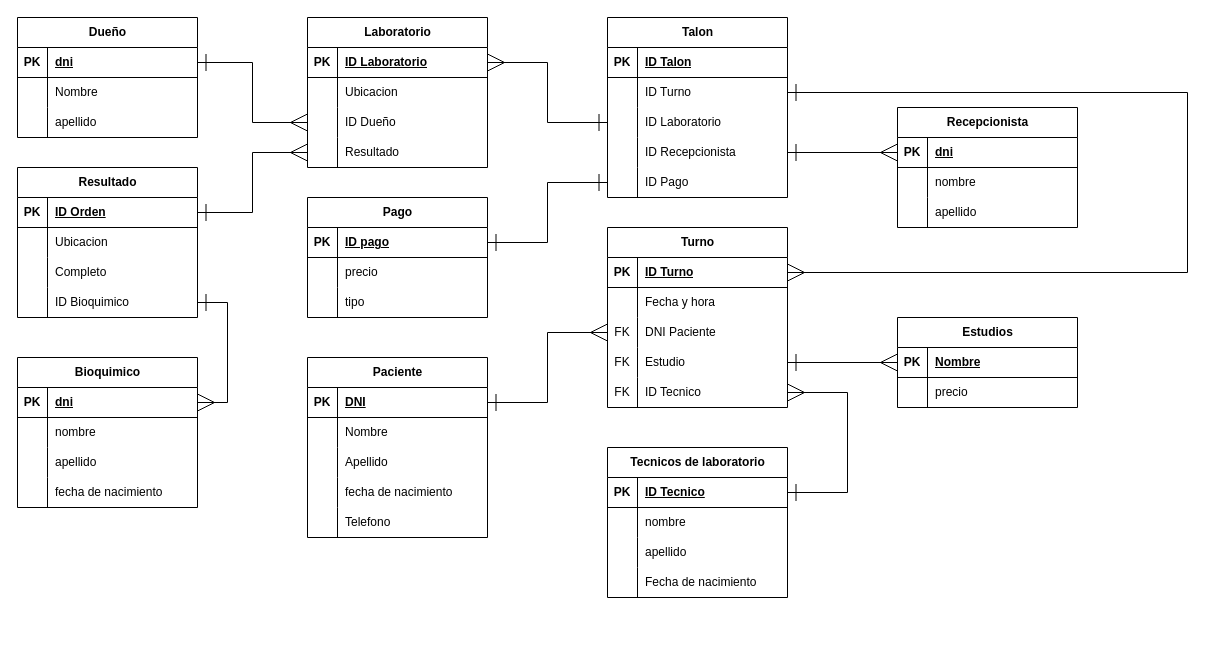
Above: Diagrama.drawio in EmanuelRigo/entrega-final-sql-coderhouse (draw.io), before the change. Source tidied: cells renumbered, new cells numbered last; positions are measured from the earlier drawing's top-left corner, leaving out a move shared by most shapes. Both pictures are drawn from the tidied source at 100%, with x=0, y=0 at pixel (17, 17).
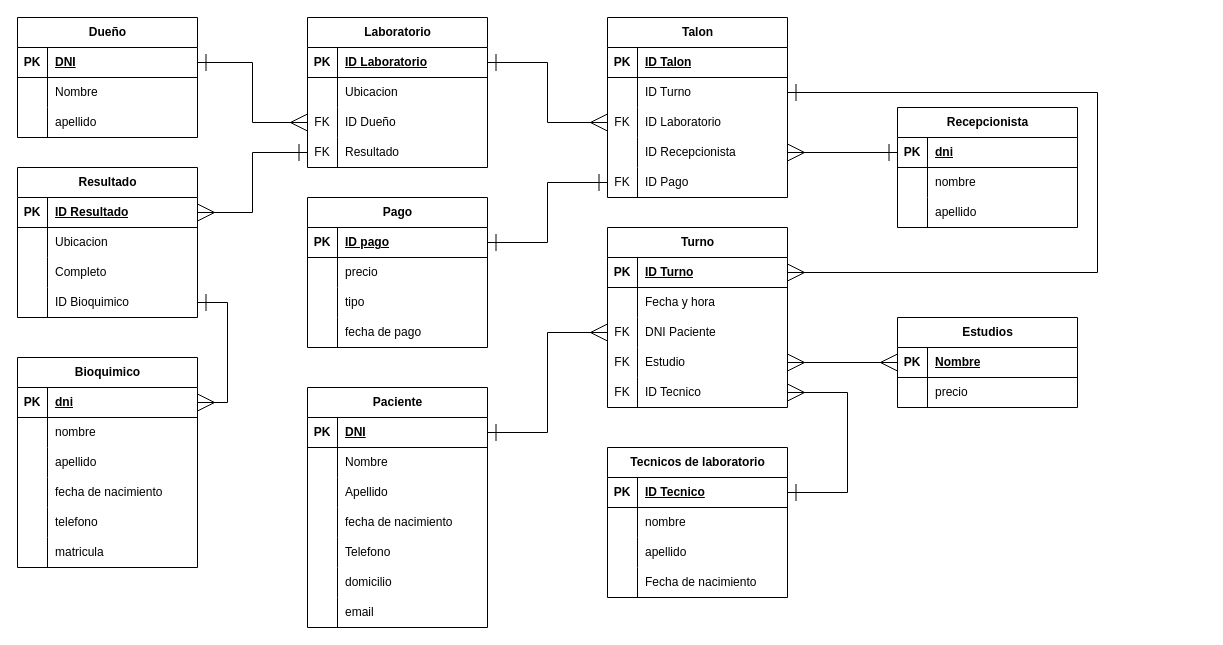
Above is the later version.

Unchanged cells that the change refers to:
```xml
<mxCell id="19" style="shape=tableRow;horizontal=0;startSize=0;swimlaneHead=0;swimlaneBody=0;fillColor=none;points=[[0,0.5],[1,0.5]];portConstraint=eastwest;top=0;left=0;right=0;bottom=1;swimlaneLine=1;shadow=0;rounded=0;" parent="18" vertex="1">
  <mxGeometry y="30" width="180" height="30" as="geometry" />
</mxCell>
<mxCell id="39" style="shape=tableRow;horizontal=0;startSize=0;swimlaneHead=0;swimlaneBody=0;fillColor=none;points=[[0,0.5],[1,0.5]];portConstraint=eastwest;top=0;left=0;right=0;bottom=1;swimlaneLine=1;shadow=0;rounded=0;" parent="38" vertex="1">
  <mxGeometry y="30" width="180" height="30" as="geometry" />
</mxCell>
<mxCell id="65" style="shape=tableRow;horizontal=0;startSize=0;swimlaneHead=0;swimlaneBody=0;fillColor=none;points=[[0,0.5],[1,0.5]];portConstraint=eastwest;top=0;left=0;right=0;bottom=0;" parent="61" vertex="1">
  <mxGeometry y="60" width="180" height="30" as="geometry" />
</mxCell>
<mxCell id="68" style="shape=tableRow;horizontal=0;startSize=0;swimlaneHead=0;swimlaneBody=0;fillColor=none;points=[[0,0.5],[1,0.5]];portConstraint=eastwest;top=0;left=0;right=0;bottom=0;perimeterSpacing=0;" parent="61" vertex="1">
  <mxGeometry y="90" width="180" height="30" as="geometry" />
</mxCell>
<mxCell id="71" style="shape=tableRow;horizontal=0;startSize=0;swimlaneHead=0;swimlaneBody=0;fillColor=none;points=[[0,0.5],[1,0.5]];portConstraint=eastwest;top=0;left=0;right=0;bottom=0;" parent="61" vertex="1">
  <mxGeometry y="120" width="180" height="30" as="geometry" />
</mxCell>
<mxCell id="74" style="shape=tableRow;horizontal=0;startSize=0;swimlaneHead=0;swimlaneBody=0;fillColor=none;points=[[0,0.5],[1,0.5]];portConstraint=eastwest;top=0;left=0;right=0;bottom=0;" parent="61" vertex="1">
  <mxGeometry y="150" width="180" height="30" as="geometry" />
</mxCell>
<mxCell id="78" style="shape=tableRow;horizontal=0;startSize=0;swimlaneHead=0;swimlaneBody=0;fillColor=none;points=[[0,0.5],[1,0.5]];portConstraint=eastwest;top=0;left=0;right=0;bottom=1;swimlaneLine=1;shadow=0;rounded=0;" parent="77" vertex="1">
  <mxGeometry y="30" width="180" height="30" as="geometry" />
</mxCell>
<mxCell id="84" style="shape=tableRow;horizontal=0;startSize=0;swimlaneHead=0;swimlaneBody=0;fillColor=none;points=[[0,0.5],[1,0.5]];portConstraint=eastwest;top=0;left=0;right=0;bottom=0;" parent="77" vertex="1">
  <mxGeometry y="90" width="180" height="30" as="geometry" />
</mxCell>
<mxCell id="87" style="shape=tableRow;horizontal=0;startSize=0;swimlaneHead=0;swimlaneBody=0;fillColor=none;points=[[0,0.5],[1,0.5]];portConstraint=eastwest;top=0;left=0;right=0;bottom=0;" parent="77" vertex="1">
  <mxGeometry y="120" width="180" height="30" as="geometry" />
</mxCell>
<mxCell id="91" style="shape=tableRow;horizontal=0;startSize=0;swimlaneHead=0;swimlaneBody=0;fillColor=none;points=[[0,0.5],[1,0.5]];portConstraint=eastwest;top=0;left=0;right=0;bottom=1;swimlaneLine=1;shadow=0;rounded=0;" parent="90" vertex="1">
  <mxGeometry y="30" width="180" height="30" as="geometry" />
</mxCell>
<mxCell id="111" style="shape=tableRow;horizontal=0;startSize=0;swimlaneHead=0;swimlaneBody=0;fillColor=none;points=[[0,0.5],[1,0.5]];portConstraint=eastwest;top=0;left=0;right=0;bottom=1;swimlaneLine=1;shadow=0;rounded=0;" parent="110" vertex="1">
  <mxGeometry y="30" width="180" height="30" as="geometry" />
</mxCell>
<mxCell id="120" style="shape=tableRow;horizontal=0;startSize=0;swimlaneHead=0;swimlaneBody=0;fillColor=none;points=[[0,0.5],[1,0.5]];portConstraint=eastwest;top=0;left=0;right=0;bottom=0;" parent="110" vertex="1">
  <mxGeometry y="120" width="180" height="30" as="geometry" />
</mxCell>
<mxCell id="134" style="shape=tableRow;horizontal=0;startSize=0;swimlaneHead=0;swimlaneBody=0;fillColor=none;points=[[0,0.5],[1,0.5]];portConstraint=eastwest;top=0;left=0;right=0;bottom=1;swimlaneLine=1;shadow=0;rounded=0;" parent="133" vertex="1">
  <mxGeometry y="30" width="180" height="30" as="geometry" />
</mxCell>
```

What changed in the source:
```diff
@@
     <mxCell id="2" value="Paciente" style="shape=table;startSize=30;childLayout=tableLayout;rowLines=0;fontStyle=1;align=center;html=1;fontColor=default;labelBackgroundColor=none;labelBorderColor=none;textShadow=0;" parent="1" vertex="1">
-      <mxGeometry x="290" y="340" width="180" height="180" as="geometry" />
+      <mxGeometry x="290" y="370" width="180" height="240" as="geometry" />
     </mxCell>
@@
+    <mxCell id="149" style="shape=tableRow;horizontal=0;startSize=0;swimlaneHead=0;swimlaneBody=0;fillColor=none;top=0;left=0;right=0;bottom=0;" parent="2" vertex="1">
+      <mxGeometry y="180" width="180" height="30" as="geometry" />
+    </mxCell>
+    <mxCell id="150" style="shape=partialRectangle;fillColor=none;top=0;left=0;bottom=0;right=0;overflow=hidden;whiteSpace=wrap;html=1;" parent="149" vertex="1">
+      <mxGeometry width="30" height="30" as="geometry" />
+    </mxCell>
+    <mxCell id="151" value="domicilio" style="shape=partialRectangle;fillColor=none;top=0;left=0;bottom=0;right=0;align=left;spacingLeft=6;overflow=hidden;whiteSpace=wrap;html=1;" parent="149" vertex="1">
+      <mxGeometry x="30" width="150" height="30" as="geometry" />
+    </mxCell>
+    <mxCell id="152" style="shape=tableRow;horizontal=0;startSize=0;swimlaneHead=0;swimlaneBody=0;fillColor=none;top=0;left=0;right=0;bottom=0;" parent="2" vertex="1">
+      <mxGeometry y="210" width="180" height="30" as="geometry" />
+    </mxCell>
+    <mxCell id="153" style="shape=partialRectangle;fillColor=none;top=0;left=0;bottom=0;right=0;overflow=hidden;whiteSpace=wrap;html=1;" parent="152" vertex="1">
+      <mxGeometry width="30" height="30" as="geometry" />
+    </mxCell>
+    <mxCell id="154" value="email" style="shape=partialRectangle;fillColor=none;top=0;left=0;bottom=0;right=0;align=left;spacingLeft=6;overflow=hidden;whiteSpace=wrap;html=1;" parent="152" vertex="1">
+      <mxGeometry x="30" width="150" height="30" as="geometry" />
+    </mxCell>
@@
     <mxCell id="48" value="Bioquimico" style="shape=table;startSize=30;childLayout=tableLayout;rowLines=0;fontStyle=1;align=center;html=1;fontColor=default;labelBackgroundColor=none;labelBorderColor=none;textShadow=0;" parent="1" vertex="1">
-      <mxGeometry y="340" width="180" height="150" as="geometry" />
+      <mxGeometry y="340" width="180" height="210" as="geometry" />
     </mxCell>
@@
+    <mxCell id="155" style="shape=tableRow;horizontal=0;startSize=0;swimlaneHead=0;swimlaneBody=0;fillColor=none;top=0;left=0;right=0;bottom=0;" parent="48" vertex="1">
+      <mxGeometry y="120" width="180" height="30" as="geometry" />
+    </mxCell>
+    <mxCell id="156" style="shape=partialRectangle;fillColor=none;top=0;left=0;bottom=0;right=0;overflow=hidden;whiteSpace=wrap;html=1;" parent="155" vertex="1">
+      <mxGeometry width="30" height="30" as="geometry" />
+    </mxCell>
+    <mxCell id="157" value="fecha de nacimiento" style="shape=partialRectangle;fillColor=none;top=0;left=0;bottom=0;right=0;align=left;spacingLeft=6;overflow=hidden;whiteSpace=wrap;html=1;" parent="155" vertex="1">
+      <mxGeometry x="30" width="150" height="30" as="geometry" />
+    </mxCell>
+    <mxCell id="158" style="shape=tableRow;horizontal=0;startSize=0;swimlaneHead=0;swimlaneBody=0;fillColor=none;top=0;left=0;right=0;bottom=0;" parent="48" vertex="1">
+      <mxGeometry y="150" width="180" height="30" as="geometry" />
+    </mxCell>
+    <mxCell id="159" style="shape=partialRectangle;fillColor=none;top=0;left=0;bottom=0;right=0;overflow=hidden;whiteSpace=wrap;html=1;" parent="158" vertex="1">
+      <mxGeometry width="30" height="30" as="geometry" />
+    </mxCell>
+    <mxCell id="160" value="telefono" style="shape=partialRectangle;fillColor=none;top=0;left=0;bottom=0;right=0;align=left;spacingLeft=6;overflow=hidden;whiteSpace=wrap;html=1;" parent="158" vertex="1">
+      <mxGeometry x="30" width="150" height="30" as="geometry" />
+    </mxCell>
     <mxCell id="58" style="shape=tableRow;horizontal=0;startSize=0;swimlaneHead=0;swimlaneBody=0;fillColor=none;top=0;left=0;right=0;bottom=0;" parent="48" vertex="1">
-      <mxGeometry y="120" width="180" height="30" as="geometry" />
+      <mxGeometry y="180" width="180" height="30" as="geometry" />
     </mxCell>
@@
-    <mxCell id="60" value="fecha de nacimiento" style="shape=partialRectangle;fillColor=none;top=0;left=0;bottom=0;right=0;align=left;spacingLeft=6;overflow=hidden;whiteSpace=wrap;html=1;" parent="58" vertex="1">
+    <mxCell id="60" value="matricula" style="shape=partialRectangle;fillColor=none;top=0;left=0;bottom=0;right=0;align=left;spacingLeft=6;overflow=hidden;whiteSpace=wrap;html=1;" parent="58" vertex="1">
       <mxGeometry x="30" width="150" height="30" as="geometry" />
     </mxCell>
@@
-    <mxCell id="69" style="shape=partialRectangle;fillColor=none;top=0;left=0;bottom=0;right=0;overflow=hidden;whiteSpace=wrap;html=1;" parent="68" vertex="1">
+    <mxCell id="69" value="FK" style="shape=partialRectangle;fillColor=none;top=0;left=0;bottom=0;right=0;overflow=hidden;whiteSpace=wrap;html=1;" parent="68" vertex="1">
       <mxGeometry width="30" height="30" as="geometry" />
     </mxCell>
@@
-    <mxCell id="75" style="shape=partialRectangle;fillColor=none;top=0;left=0;bottom=0;right=0;overflow=hidden;whiteSpace=wrap;html=1;" parent="74" vertex="1">
+    <mxCell id="75" value="FK" style="shape=partialRectangle;fillColor=none;top=0;left=0;bottom=0;right=0;overflow=hidden;whiteSpace=wrap;html=1;" parent="74" vertex="1">
       <mxGeometry width="30" height="30" as="geometry" />
     </mxCell>
@@
-    <mxCell id="85" style="shape=partialRectangle;fillColor=none;top=0;left=0;bottom=0;right=0;overflow=hidden;whiteSpace=wrap;html=1;" parent="84" vertex="1">
+    <mxCell id="85" value="FK" style="shape=partialRectangle;fillColor=none;top=0;left=0;bottom=0;right=0;overflow=hidden;whiteSpace=wrap;html=1;" parent="84" vertex="1">
       <mxGeometry width="30" height="30" as="geometry" />
     </mxCell>
@@
-    <mxCell id="88" style="shape=partialRectangle;fillColor=none;top=0;left=0;bottom=0;right=0;overflow=hidden;whiteSpace=wrap;html=1;" parent="87" vertex="1">
+    <mxCell id="88" value="FK" style="shape=partialRectangle;fillColor=none;top=0;left=0;bottom=0;right=0;overflow=hidden;whiteSpace=wrap;html=1;" parent="87" vertex="1">
       <mxGeometry width="30" height="30" as="geometry" />
     </mxCell>
@@
-    <mxCell id="93" value="dni" style="shape=partialRectangle;fillColor=none;top=0;left=0;bottom=0;right=0;align=left;spacingLeft=6;fontStyle=5;overflow=hidden;whiteSpace=wrap;html=1;" parent="91" vertex="1">
+    <mxCell id="93" value="DNI" style="shape=partialRectangle;fillColor=none;top=0;left=0;bottom=0;right=0;align=left;spacingLeft=6;fontStyle=5;overflow=hidden;whiteSpace=wrap;html=1;" parent="91" vertex="1">
       <mxGeometry x="30" width="150" height="30" as="geometry" />
     </mxCell>
@@
     <mxCell id="100" value="Pago" style="shape=table;startSize=30;childLayout=tableLayout;rowLines=0;fontStyle=1;align=center;html=1;fontColor=default;labelBackgroundColor=none;labelBorderColor=none;textShadow=0;" parent="1" vertex="1">
-      <mxGeometry x="290" y="180" width="180" height="120" as="geometry" />
+      <mxGeometry x="290" y="180" width="180" height="150" as="geometry" />
     </mxCell>
@@
+    <mxCell id="161" style="shape=tableRow;horizontal=0;startSize=0;swimlaneHead=0;swimlaneBody=0;fillColor=none;top=0;left=0;right=0;bottom=0;" parent="100" vertex="1">
+      <mxGeometry y="120" width="180" height="30" as="geometry" />
+    </mxCell>
+    <mxCell id="162" style="shape=partialRectangle;fillColor=none;top=0;left=0;bottom=0;right=0;overflow=hidden;whiteSpace=wrap;html=1;" parent="161" vertex="1">
+      <mxGeometry width="30" height="30" as="geometry" />
+    </mxCell>
+    <mxCell id="163" value="fecha de pago" style="shape=partialRectangle;fillColor=none;top=0;left=0;bottom=0;right=0;align=left;spacingLeft=6;overflow=hidden;whiteSpace=wrap;html=1;" parent="161" vertex="1">
+      <mxGeometry x="30" width="150" height="30" as="geometry" />
+    </mxCell>
@@
     <mxCell id="127" style="edgeStyle=orthogonalEdgeStyle;shape=connector;rounded=0;jettySize=auto;html=1;exitX=1;exitY=0.5;exitDx=0;exitDy=0;entryX=1;entryY=0.5;entryDx=0;entryDy=0;strokeColor=default;align=center;verticalAlign=middle;fontFamily=Helvetica;fontSize=11;fontColor=default;labelBackgroundColor=default;startArrow=ERone;startFill=0;startSize=15;endArrow=ERmany;endFill=0;endSize=15;" parent="1" edge="1" source="65" target="111">
       <mxGeometry relative="1" as="geometry">
         <Array as="points">
-          <mxPoint x="1170" y="75" />
-          <mxPoint x="1170" y="255" />
+          <mxPoint x="1080" y="75" />
+          <mxPoint x="1080" y="255" />
         </Array>
       </mxGeometry>
     </mxCell>
-    <mxCell id="128" style="edgeStyle=orthogonalEdgeStyle;shape=connector;rounded=0;jettySize=auto;html=1;exitX=0;exitY=0.5;exitDx=0;exitDy=0;entryX=1;entryY=0.5;entryDx=0;entryDy=0;strokeColor=default;align=center;verticalAlign=middle;fontFamily=Helvetica;fontSize=11;fontColor=default;labelBackgroundColor=default;startArrow=ERone;startFill=0;startSize=15;endArrow=ERmany;endFill=0;endSize=15;" parent="1" edge="1" source="68" target="78">
+    <mxCell id="128" style="edgeStyle=orthogonalEdgeStyle;shape=connector;rounded=0;jettySize=auto;html=1;exitX=0;exitY=0.5;exitDx=0;exitDy=0;entryX=1;entryY=0.5;entryDx=0;entryDy=0;strokeColor=default;align=center;verticalAlign=middle;fontFamily=Helvetica;fontSize=11;fontColor=default;labelBackgroundColor=default;startArrow=ERmany;startFill=0;startSize=15;endArrow=ERone;endFill=0;endSize=15;" parent="1" edge="1" source="68" target="78">
       <mxGeometry relative="1" as="geometry" />
     </mxCell>
-    <mxCell id="129" style="edgeStyle=orthogonalEdgeStyle;shape=connector;rounded=0;jettySize=auto;html=1;exitX=1;exitY=0.5;exitDx=0;exitDy=0;entryX=0;entryY=0.5;entryDx=0;entryDy=0;strokeColor=default;align=center;verticalAlign=middle;fontFamily=Helvetica;fontSize=11;fontColor=default;labelBackgroundColor=default;startArrow=ERone;startFill=0;startSize=15;endArrow=ERmany;endFill=0;endSize=15;" parent="1" edge="1" source="71" target="39">
+    <mxCell id="129" style="edgeStyle=orthogonalEdgeStyle;shape=connector;rounded=0;jettySize=auto;html=1;exitX=1;exitY=0.5;exitDx=0;exitDy=0;entryX=0;entryY=0.5;entryDx=0;entryDy=0;strokeColor=default;align=center;verticalAlign=middle;fontFamily=Helvetica;fontSize=11;fontColor=default;labelBackgroundColor=default;startArrow=ERmany;startFill=0;startSize=15;endArrow=ERone;endFill=0;endSize=15;" parent="1" edge="1" source="71" target="39">
       <mxGeometry relative="1" as="geometry" />
     </mxCell>
@@
-    <mxCell id="132" style="edgeStyle=orthogonalEdgeStyle;shape=connector;rounded=0;jettySize=auto;html=1;exitX=1;exitY=0.5;exitDx=0;exitDy=0;entryX=0;entryY=0.5;entryDx=0;entryDy=0;strokeColor=default;align=center;verticalAlign=middle;fontFamily=Helvetica;fontSize=11;fontColor=default;labelBackgroundColor=default;startArrow=ERone;startFill=0;startSize=15;endArrow=ERmany;endFill=0;endSize=15;" parent="1" edge="1" source="120" target="19">
+    <mxCell id="132" style="edgeStyle=orthogonalEdgeStyle;shape=connector;rounded=0;jettySize=auto;html=1;exitX=1;exitY=0.5;exitDx=0;exitDy=0;entryX=0;entryY=0.5;entryDx=0;entryDy=0;strokeColor=default;align=center;verticalAlign=middle;fontFamily=Helvetica;fontSize=11;fontColor=default;labelBackgroundColor=default;startArrow=ERmany;startFill=0;startSize=15;endArrow=ERmany;endFill=0;endSize=15;" parent="1" edge="1" source="120" target="19">
       <mxGeometry relative="1" as="geometry" />
     </mxCell>
@@
-    <mxCell id="136" value="ID Orden" style="shape=partialRectangle;fillColor=none;top=0;left=0;bottom=0;right=0;align=left;spacingLeft=6;fontStyle=5;overflow=hidden;whiteSpace=wrap;html=1;" parent="134" vertex="1">
+    <mxCell id="136" value="ID Resultado" style="shape=partialRectangle;fillColor=none;top=0;left=0;bottom=0;right=0;align=left;spacingLeft=6;fontStyle=5;overflow=hidden;whiteSpace=wrap;html=1;" parent="134" vertex="1">
       <mxGeometry x="30" width="150" height="30" as="geometry" />
     </mxCell>
@@
-    <mxCell id="146" style="edgeStyle=orthogonalEdgeStyle;shape=connector;rounded=0;jettySize=auto;html=1;exitX=1;exitY=0.5;exitDx=0;exitDy=0;entryX=0;entryY=0.5;entryDx=0;entryDy=0;strokeColor=default;align=center;verticalAlign=middle;fontFamily=Helvetica;fontSize=11;fontColor=default;labelBackgroundColor=default;startArrow=ERone;startFill=0;startSize=15;endArrow=ERmany;endFill=0;endSize=15;" parent="1" edge="1" source="134" target="87">
+    <mxCell id="146" style="edgeStyle=orthogonalEdgeStyle;shape=connector;rounded=0;jettySize=auto;html=1;exitX=1;exitY=0.5;exitDx=0;exitDy=0;entryX=0;entryY=0.5;entryDx=0;entryDy=0;strokeColor=default;align=center;verticalAlign=middle;fontFamily=Helvetica;fontSize=11;fontColor=default;labelBackgroundColor=default;startArrow=ERmany;startFill=0;startSize=15;endArrow=ERone;endFill=0;endSize=15;" parent="1" edge="1" source="134" target="87">
       <mxGeometry relative="1" as="geometry" />
     </mxCell>
```
